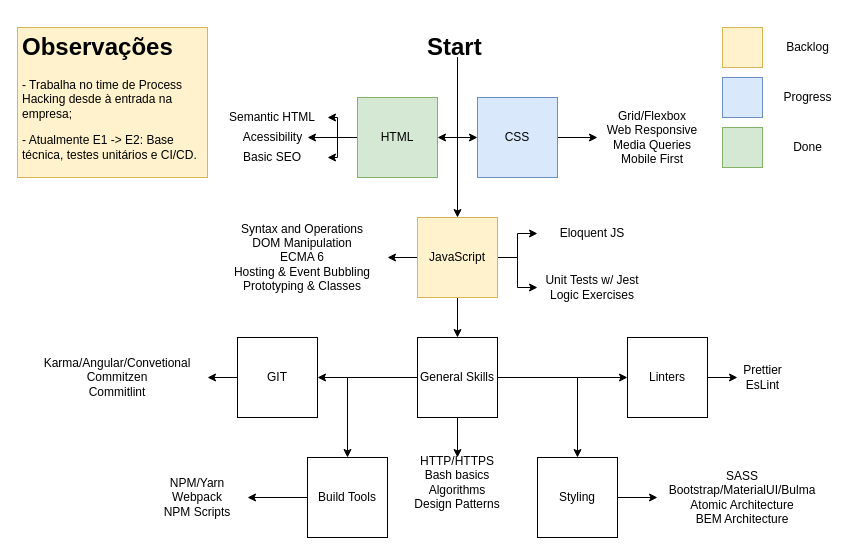
Above: Roadmap.drawio in azraelgarden/maju-mentoria (draw.io), before the change. Source tidied: cells renumbered, new cells numbered last; positions are measured from the earlier drawing's top-left corner, leaving out a move shared by most shapes. Both pictures are drawn from the tidied source at 100%, with x=0, y=0 at pixel (17, 27).
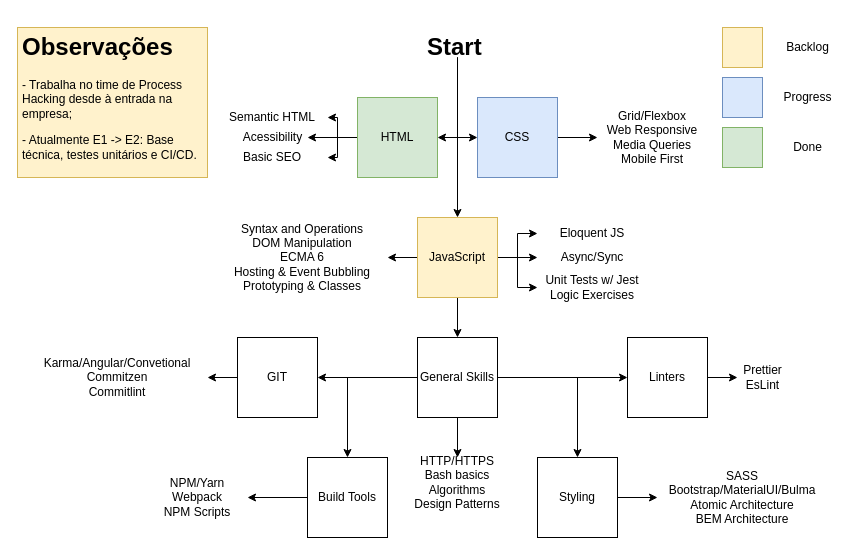
After the change.

The change refers to these unchanged cells:
```xml
<mxCell id="15" value="JavaScript" style="whiteSpace=wrap;html=1;fillColor=#fff2cc;strokeColor=#d6b656;" parent="1" vertex="1">
  <mxGeometry x="400" y="190" width="80" height="80" as="geometry" />
</mxCell>
```

Change to the diagram source:
```diff
@@
+    <mxCell id="55" style="edgeStyle=orthogonalEdgeStyle;rounded=0;jettySize=auto;html=1;" parent="1" edge="1" source="15" target="56">
+      <mxGeometry relative="1" as="geometry" />
+    </mxCell>
@@
+    <mxCell id="56" value="Async/Sync" style="text;html=1;strokeColor=none;fillColor=none;align=center;verticalAlign=middle;whiteSpace=wrap;rounded=0;" parent="1" vertex="1">
+      <mxGeometry x="520" y="214" width="110" height="32" as="geometry" />
+    </mxCell>
+    <mxCell id="57" value="&amp;nbsp;" style="text;html=1;align=center;verticalAlign=middle;rotation=90;" parent="56" vertex="1">
+      <mxGeometry x="55" y="12" width="20" height="20" as="geometry" />
+    </mxCell>
```
